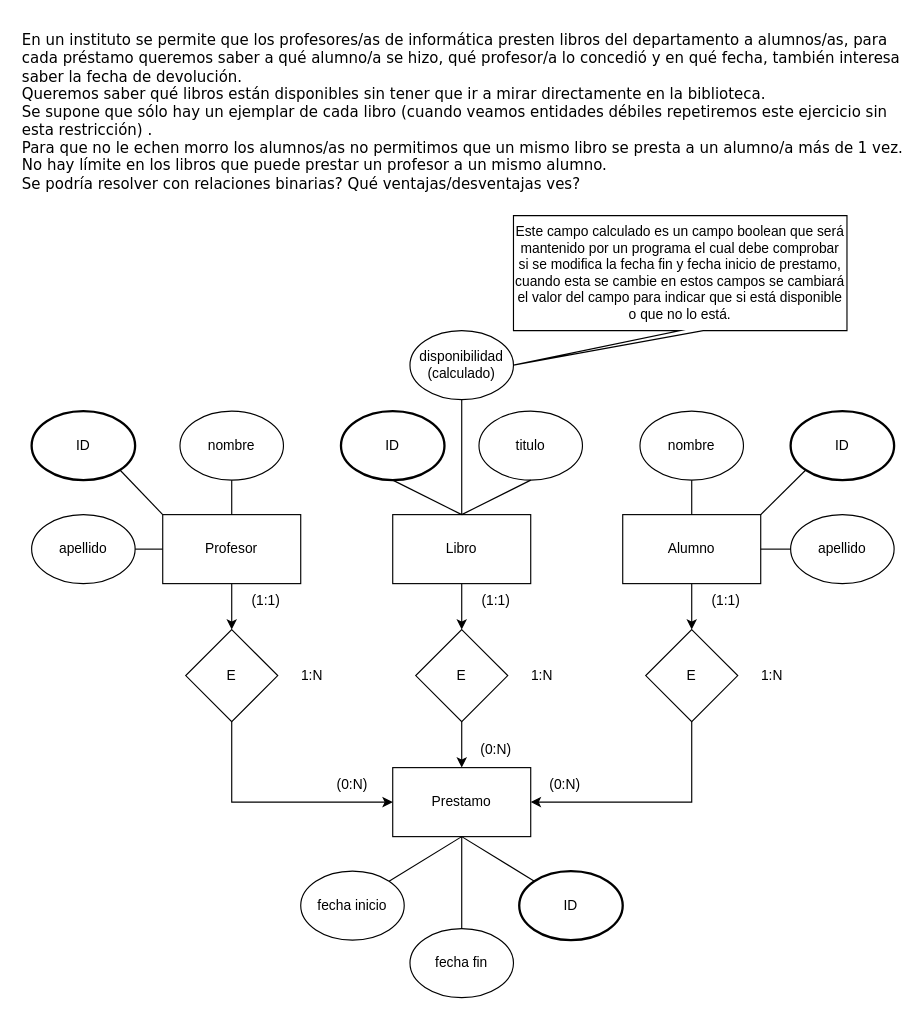
DiEgOfercri/Modelos-BBDD keeps this draw.io diagram as drawio/Ejer3.drawio. Above is the earlier version. Source tidied: cells renumbered, new cells numbered last; positions are measured from the earlier drawing's top-left corner, leaving out a move shared by most shapes. Both pictures are drawn from the tidied source at 115%, with x=0, y=0 at pixel (20, 20).
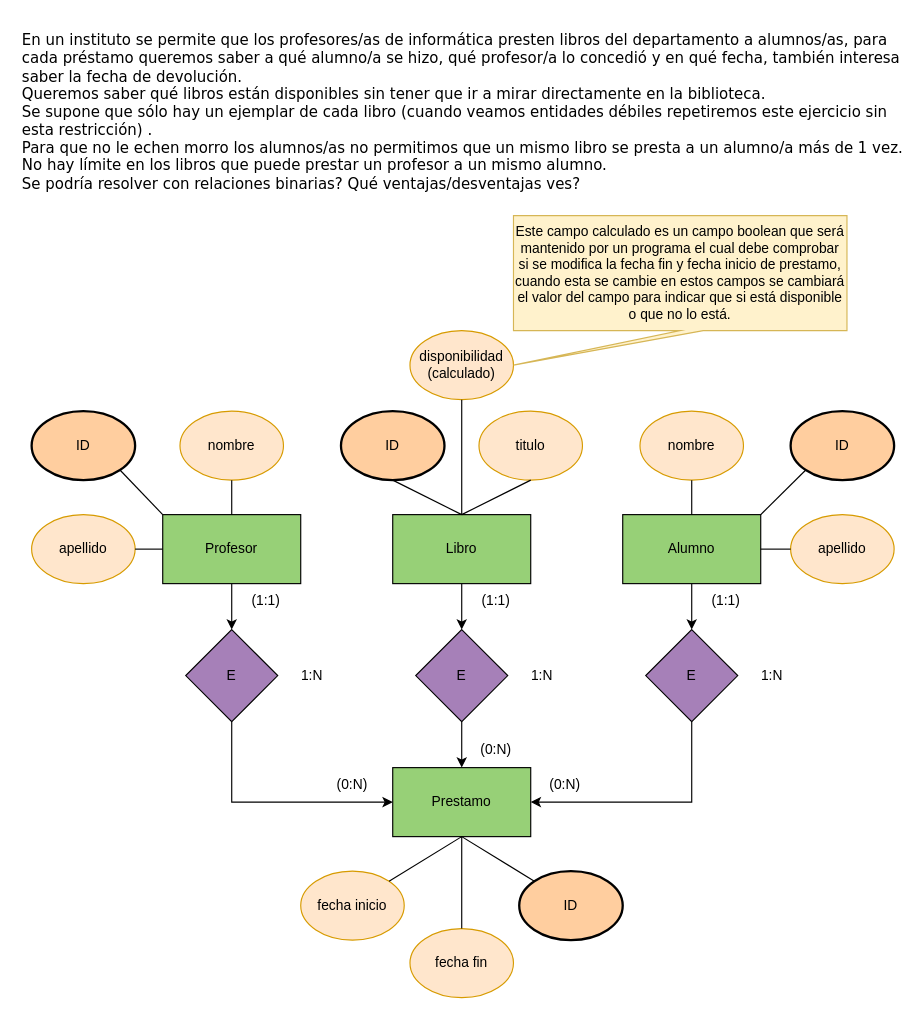
After the change.

The edit, as a diff of the source:
```diff
@@
-    <mxCell id="4" value="Profesor" style="rounded=0;whiteSpace=wrap;html=1;" parent="1" vertex="1">
+    <mxCell id="4" value="Profesor" style="rounded=0;whiteSpace=wrap;html=1;fillColor=#97D077;" parent="1" vertex="1">
       <mxGeometry x="124" y="430" width="120" height="60" as="geometry" />
     </mxCell>
@@
-    <mxCell id="6" value="Alumno" style="rounded=0;whiteSpace=wrap;html=1;" parent="1" vertex="1">
+    <mxCell id="6" value="Alumno" style="rounded=0;whiteSpace=wrap;html=1;fillColor=#97D077;" parent="1" vertex="1">
       <mxGeometry x="524" y="430" width="120" height="60" as="geometry" />
     </mxCell>
@@
-    <mxCell id="8" value="Libro" style="rounded=0;whiteSpace=wrap;html=1;" parent="1" vertex="1">
+    <mxCell id="8" value="Libro" style="rounded=0;whiteSpace=wrap;html=1;fillColor=#97D077;" parent="1" vertex="1">
       <mxGeometry x="324" y="430" width="120" height="60" as="geometry" />
     </mxCell>
-    <mxCell id="9" value="Prestamo" style="rounded=0;whiteSpace=wrap;html=1;" parent="1" vertex="1">
+    <mxCell id="9" value="Prestamo" style="rounded=0;whiteSpace=wrap;html=1;fillColor=#97D077;" parent="1" vertex="1">
       <mxGeometry x="324" y="650" width="120" height="60" as="geometry" />
     </mxCell>
@@
-    <mxCell id="11" value="E" style="rhombus;whiteSpace=wrap;html=1;" parent="1" vertex="1">
+    <mxCell id="11" value="E" style="rhombus;whiteSpace=wrap;html=1;fillColor=#A680B8;" parent="1" vertex="1">
       <mxGeometry x="144" y="530" width="80" height="80" as="geometry" />
     </mxCell>
@@
-    <mxCell id="13" value="E" style="rhombus;whiteSpace=wrap;html=1;" parent="1" vertex="1">
+    <mxCell id="13" value="E" style="rhombus;whiteSpace=wrap;html=1;fillColor=#A680B8;" parent="1" vertex="1">
       <mxGeometry x="344" y="530" width="80" height="80" as="geometry" />
     </mxCell>
@@
-    <mxCell id="15" value="E" style="rhombus;whiteSpace=wrap;html=1;" parent="1" vertex="1">
+    <mxCell id="15" value="E" style="rhombus;whiteSpace=wrap;html=1;fillColor=#A680B8;" parent="1" vertex="1">
       <mxGeometry x="544" y="530" width="80" height="80" as="geometry" />
     </mxCell>
@@
-    <mxCell id="17" value="ID" style="ellipse;whiteSpace=wrap;html=1;strokeWidth=2;" parent="1" vertex="1">
+    <mxCell id="17" value="ID" style="ellipse;whiteSpace=wrap;html=1;strokeWidth=2;fillColor=#FFCE9F;" parent="1" vertex="1">
       <mxGeometry x="10" y="340" width="90" height="60" as="geometry" />
     </mxCell>
-    <mxCell id="18" value="fecha inicio" style="ellipse;whiteSpace=wrap;html=1;" parent="1" vertex="1">
+    <mxCell id="18" value="fecha inicio" style="ellipse;whiteSpace=wrap;html=1;fillColor=#ffe6cc;strokeColor=#d79b00;" parent="1" vertex="1">
       <mxGeometry x="244" y="740" width="90" height="60" as="geometry" />
     </mxCell>
-    <mxCell id="19" value="ID" style="ellipse;whiteSpace=wrap;html=1;strokeWidth=2;" parent="1" vertex="1">
+    <mxCell id="19" value="ID" style="ellipse;whiteSpace=wrap;html=1;strokeWidth=2;fillColor=#FFCE9F;" parent="1" vertex="1">
       <mxGeometry x="279" y="340" width="90" height="60" as="geometry" />
     </mxCell>
-    <mxCell id="20" value="ID" style="ellipse;whiteSpace=wrap;html=1;strokeWidth=2;" parent="1" vertex="1">
+    <mxCell id="20" value="ID" style="ellipse;whiteSpace=wrap;html=1;strokeWidth=2;fillColor=#FFCE9F;" parent="1" vertex="1">
       <mxGeometry x="670" y="340" width="90" height="60" as="geometry" />
     </mxCell>
-    <mxCell id="21" value="ID" style="ellipse;whiteSpace=wrap;html=1;strokeWidth=2;" parent="1" vertex="1">
+    <mxCell id="21" value="ID" style="ellipse;whiteSpace=wrap;html=1;strokeWidth=2;fillColor=#FFCE9F;" parent="1" vertex="1">
       <mxGeometry x="434" y="740" width="90" height="60" as="geometry" />
     </mxCell>
-    <mxCell id="22" value="nombre" style="ellipse;whiteSpace=wrap;html=1;" parent="1" vertex="1">
+    <mxCell id="22" value="nombre" style="ellipse;whiteSpace=wrap;html=1;fillColor=#ffe6cc;strokeColor=#d79b00;" parent="1" vertex="1">
       <mxGeometry x="539" y="340" width="90" height="60" as="geometry" />
     </mxCell>
-    <mxCell id="23" value="apellido" style="ellipse;whiteSpace=wrap;html=1;" parent="1" vertex="1">
+    <mxCell id="23" value="apellido" style="ellipse;whiteSpace=wrap;html=1;fillColor=#ffe6cc;strokeColor=#d79b00;" parent="1" vertex="1">
       <mxGeometry x="670" y="430" width="90" height="60" as="geometry" />
     </mxCell>
-    <mxCell id="24" value="titulo" style="ellipse;whiteSpace=wrap;html=1;" parent="1" vertex="1">
+    <mxCell id="24" value="titulo" style="ellipse;whiteSpace=wrap;html=1;fillColor=#ffe6cc;strokeColor=#d79b00;" parent="1" vertex="1">
       <mxGeometry x="399" y="340" width="90" height="60" as="geometry" />
     </mxCell>
-    <mxCell id="25" value="nombre" style="ellipse;whiteSpace=wrap;html=1;" parent="1" vertex="1">
+    <mxCell id="25" value="nombre" style="ellipse;whiteSpace=wrap;html=1;fillColor=#ffe6cc;strokeColor=#d79b00;" parent="1" vertex="1">
       <mxGeometry x="139" y="340" width="90" height="60" as="geometry" />
     </mxCell>
-    <mxCell id="26" value="apellido" style="ellipse;whiteSpace=wrap;html=1;" parent="1" vertex="1">
+    <mxCell id="26" value="apellido" style="ellipse;whiteSpace=wrap;html=1;fillColor=#ffe6cc;strokeColor=#d79b00;" parent="1" vertex="1">
       <mxGeometry x="10" y="430" width="90" height="60" as="geometry" />
     </mxCell>
@@
-    <mxCell id="34" value="fecha fin" style="ellipse;whiteSpace=wrap;html=1;" parent="1" vertex="1">
+    <mxCell id="34" value="fecha fin" style="ellipse;whiteSpace=wrap;html=1;fillColor=#ffe6cc;strokeColor=#d79b00;" parent="1" vertex="1">
       <mxGeometry x="339" y="790" width="90" height="60" as="geometry" />
     </mxCell>
@@
-    <mxCell id="47" value="disponibilidad&lt;br&gt;(calculado)" style="ellipse;whiteSpace=wrap;html=1;" parent="1" vertex="1">
+    <mxCell id="47" value="disponibilidad&lt;br&gt;(calculado)" style="ellipse;whiteSpace=wrap;html=1;fillColor=#ffe6cc;strokeColor=#d79b00;" parent="1" vertex="1">
       <mxGeometry x="339" y="270" width="90" height="60" as="geometry" />
     </mxCell>
@@
-    <mxCell id="49" value="Este campo calculado es un campo boolean que será mantenido por un programa el cual debe comprobar si se modifica la fecha fin y fecha inicio de prestamo, cuando esta se cambie en estos campos se cambiará el valor del campo para indicar que si está disponible o que no lo está.&lt;div style=&quot;text-align: justify;&quot;&gt;&lt;/div&gt;" style="shape=callout;whiteSpace=wrap;html=1;perimeter=calloutPerimeter;position2=0;" parent="1" vertex="1">
+    <mxCell id="49" value="Este campo calculado es un campo boolean que será mantenido por un programa el cual debe comprobar si se modifica la fecha fin y fecha inicio de prestamo, cuando esta se cambie en estos campos se cambiará el valor del campo para indicar que si está disponible o que no lo está.&lt;div style=&quot;text-align: justify;&quot;&gt;&lt;/div&gt;" style="shape=callout;whiteSpace=wrap;html=1;perimeter=calloutPerimeter;position2=0;fillColor=#fff2cc;strokeColor=#d6b656;" parent="1" vertex="1">
       <mxGeometry x="429" y="170" width="290" height="130" as="geometry" />
     </mxCell>
```
